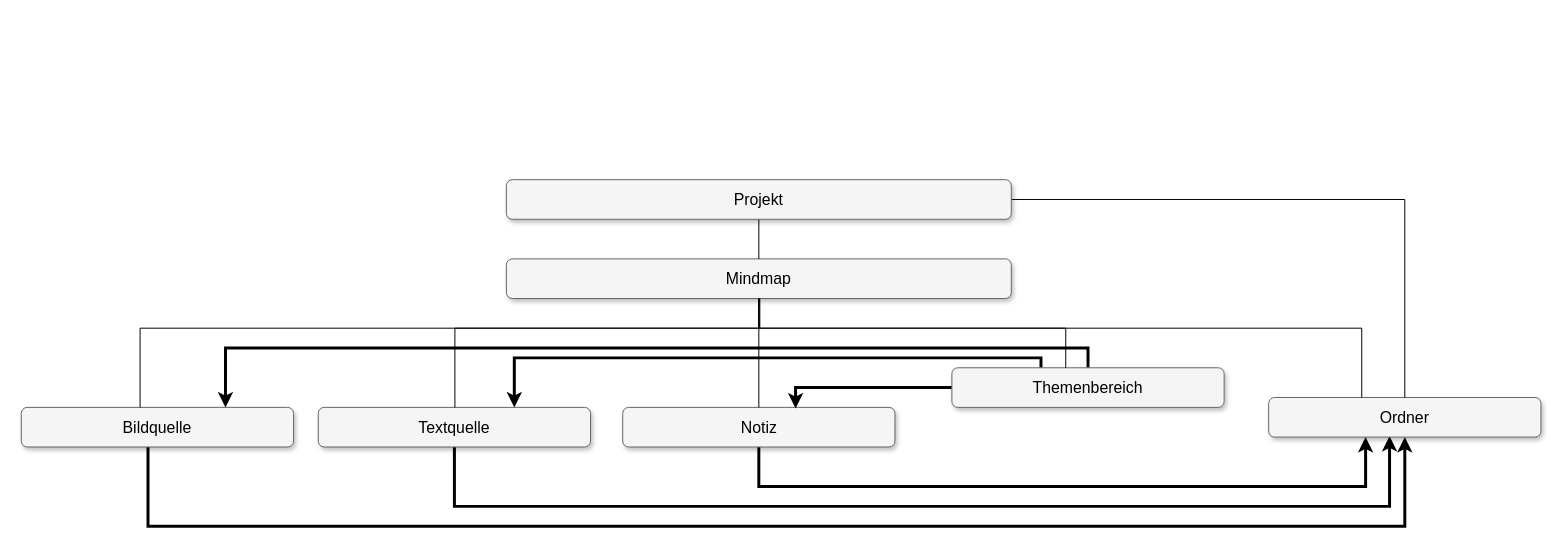
Above: Untitled Diagram.drawio in Masternuss/Datenbanken2022 (draw.io), before the change. Source tidied: cells renumbered, new cells numbered last; positions are measured from the earlier drawing's top-left corner, leaving out a move shared by most shapes. Both pictures are drawn from the tidied source at 99%, with x=0, y=0 at pixel (21, 179).
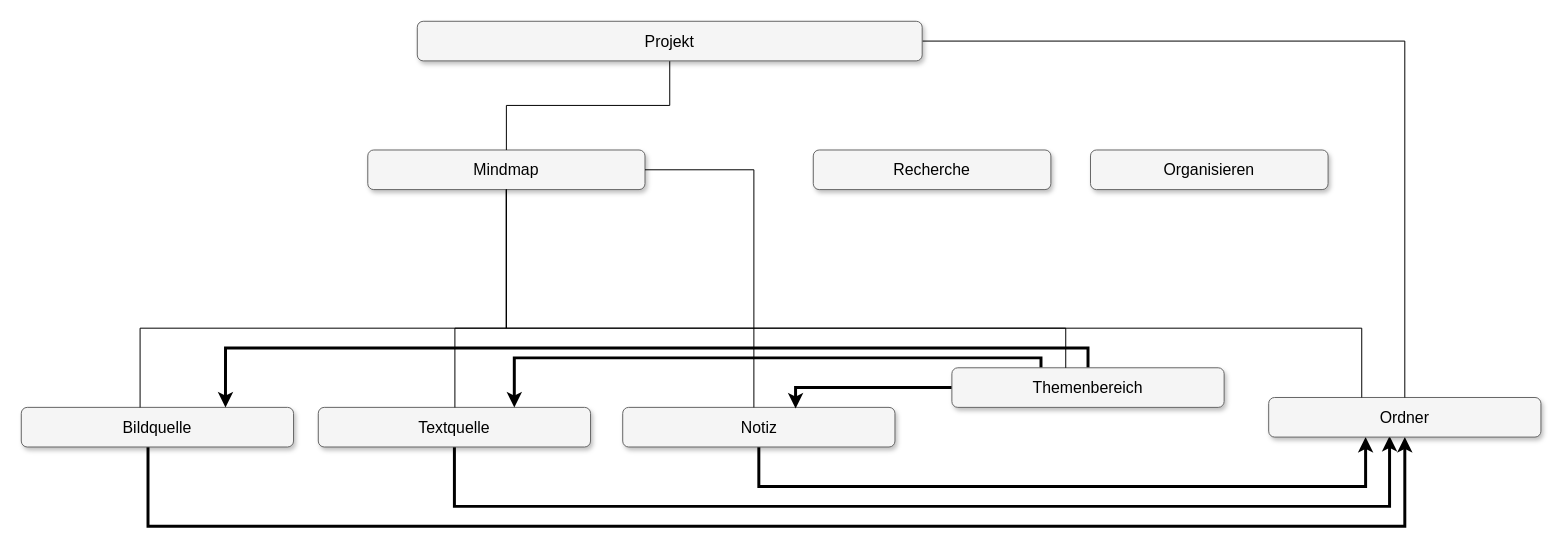
The same page after the edit.

The change refers to these unchanged cells:
```xml
<mxCell id="4" value="Textquelle" style="whiteSpace=wrap;html=1;rounded=1;shadow=1;strokeWidth=1;fontSize=16;align=center;fillColor=#f5f5f5;strokeColor=#666666;" parent="1" vertex="1">
  <mxGeometry x="300" y="230" width="275" height="40" as="geometry" />
</mxCell>
<mxCell id="6" value="Notiz" style="whiteSpace=wrap;html=1;rounded=1;shadow=1;strokeWidth=1;fontSize=16;align=center;fillColor=#f5f5f5;strokeColor=#666666;" parent="1" vertex="1">
  <mxGeometry x="607.5" y="230" width="275" height="40" as="geometry" />
</mxCell>
<mxCell id="8" value="Bildquelle" style="whiteSpace=wrap;html=1;rounded=1;shadow=1;strokeWidth=1;fontSize=16;align=center;fillColor=#f5f5f5;strokeColor=#666666;" parent="1" vertex="1">
  <mxGeometry y="230" width="275" height="40" as="geometry" />
</mxCell>
<mxCell id="12" value="Themenbereich" style="whiteSpace=wrap;html=1;rounded=1;shadow=1;strokeWidth=1;fontSize=16;align=center;fillColor=#f5f5f5;strokeColor=#666666;" parent="1" vertex="1">
  <mxGeometry x="940" y="190" width="275" height="40" as="geometry" />
</mxCell>
<mxCell id="13" value="Ordner" style="whiteSpace=wrap;html=1;rounded=1;shadow=1;strokeWidth=1;fontSize=16;align=center;fillColor=#f5f5f5;strokeColor=#666666;" parent="1" vertex="1">
  <mxGeometry x="1260" y="220" width="275" height="40" as="geometry" />
</mxCell>
```

Diff of the diagram source:
```diff
@@
     <mxCell id="2" value="Mindmap" style="whiteSpace=wrap;html=1;rounded=1;shadow=1;strokeWidth=1;fontSize=16;align=center;fillColor=#f5f5f5;strokeColor=#666666;" parent="1" vertex="1">
-      <mxGeometry x="490" y="80" width="510" height="40" as="geometry" />
+      <mxGeometry x="350" y="-30" width="280" height="40" as="geometry" />
     </mxCell>
@@
     <mxCell id="14" style="edgeStyle=orthogonalEdgeStyle;html=1;startSize=6;endFill=0;endSize=6;strokeWidth=1;fontSize=16;rounded=0;endArrow=none;" parent="1" edge="1" source="2" target="4">
       <mxGeometry relative="1" as="geometry">
         <Array as="points">
-          <mxPoint x="746" y="150" />
+          <mxPoint x="490" y="150" />
           <mxPoint x="438" y="150" />
         </Array>
       </mxGeometry>
     </mxCell>
     <mxCell id="15" style="edgeStyle=elbowEdgeStyle;html=1;startSize=6;endFill=0;endSize=6;strokeWidth=1;fontSize=16;rounded=0;endArrow=none;" parent="1" edge="1" source="2" target="6">
       <mxGeometry relative="1" as="geometry">
         <Array as="points">
-          <mxPoint x="745" y="155" />
+          <mxPoint x="740" y="20" />
         </Array>
       </mxGeometry>
     </mxCell>
     <mxCell id="16" style="edgeStyle=orthogonalEdgeStyle;html=1;startSize=6;endFill=0;endSize=6;strokeWidth=1;fontSize=16;rounded=0;endArrow=none;exitX=0.5;exitY=1;" parent="1" edge="1" source="2" target="8">
       <mxGeometry relative="1" as="geometry">
         <Array as="points">
-          <mxPoint x="745" y="150" />
+          <mxPoint x="490" y="150" />
           <mxPoint x="120" y="150" />
         </Array>
       </mxGeometry>
     </mxCell>
     <mxCell id="17" style="edgeStyle=orthogonalEdgeStyle;html=1;startSize=6;endFill=0;endSize=6;strokeWidth=1;fontSize=16;rounded=0;endArrow=none;" parent="1" edge="1" source="2" target="12">
       <mxGeometry relative="1" as="geometry">
         <Array as="points">
-          <mxPoint x="745" y="150" />
+          <mxPoint x="490" y="150" />
           <mxPoint x="1055" y="150" />
         </Array>
       </mxGeometry>
     </mxCell>
     <mxCell id="18" style="edgeStyle=orthogonalEdgeStyle;html=1;startSize=6;endFill=0;endSize=6;strokeWidth=1;fontSize=16;rounded=0;endArrow=none;" parent="1" edge="1" source="2" target="13">
       <mxGeometry relative="1" as="geometry">
         <Array as="points">
-          <mxPoint x="745" y="150" />
+          <mxPoint x="490" y="150" />
           <mxPoint x="1354" y="150" />
         </Array>
       </mxGeometry>
     </mxCell>
@@
     <mxCell id="21" value="Projekt" style="whiteSpace=wrap;html=1;rounded=1;shadow=1;strokeWidth=1;fontSize=16;align=center;fillColor=#f5f5f5;strokeColor=#666666;" parent="1" vertex="1">
-      <mxGeometry x="490" width="510" height="40" as="geometry" />
+      <mxGeometry x="400" y="-160" width="510" height="40" as="geometry" />
     </mxCell>
+    <mxCell id="22" value="Organisieren" style="whiteSpace=wrap;html=1;rounded=1;shadow=1;strokeWidth=1;fontSize=16;align=center;fillColor=#f5f5f5;strokeColor=#666666;" parent="1" vertex="1">
+      <mxGeometry x="1080" y="-30" width="240" height="40" as="geometry" />
+    </mxCell>
+    <mxCell id="23" value="Recherche" style="whiteSpace=wrap;html=1;rounded=1;shadow=1;strokeWidth=1;fontSize=16;align=center;fillColor=#f5f5f5;strokeColor=#666666;" parent="1" vertex="1">
+      <mxGeometry x="800" y="-30" width="240" height="40" as="geometry" />
+    </mxCell>
```
